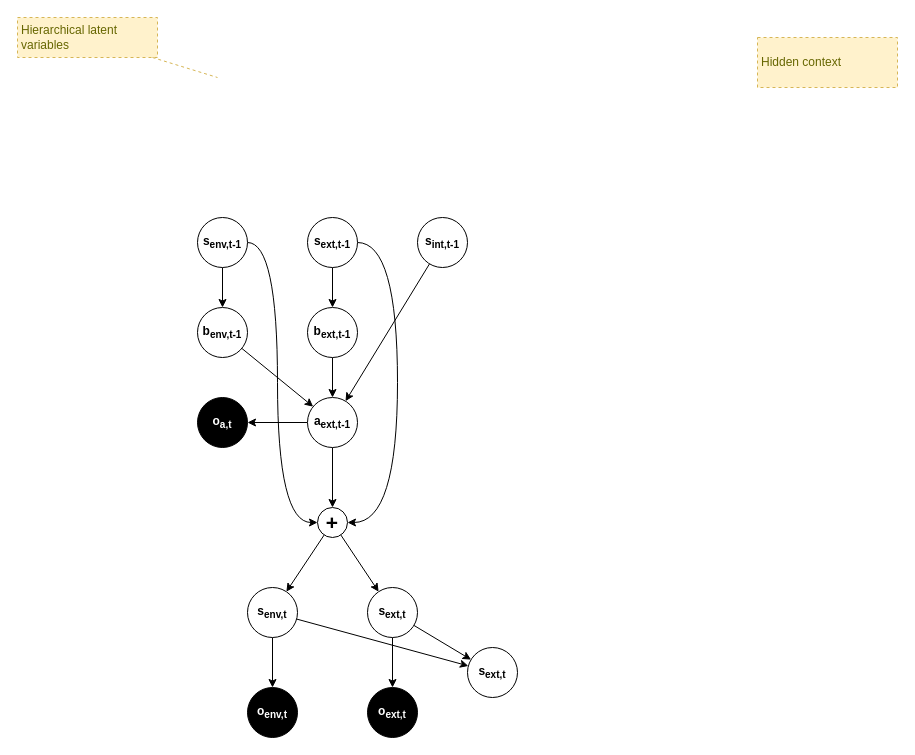
Above: page "target-behaviour-model" (1 of 2) of files/Autonomous-monitoring-and-control.drawio in malcolmlett/malcolmlett.github.io (draw.io), before the change. Source tidied: cells renumbered, new cells numbered last; positions are measured from the earlier drawing's top-left corner, leaving out a move shared by most shapes. Both pictures are drawn from the tidied source at 100%, with x=0, y=0 at pixel (17, 17).
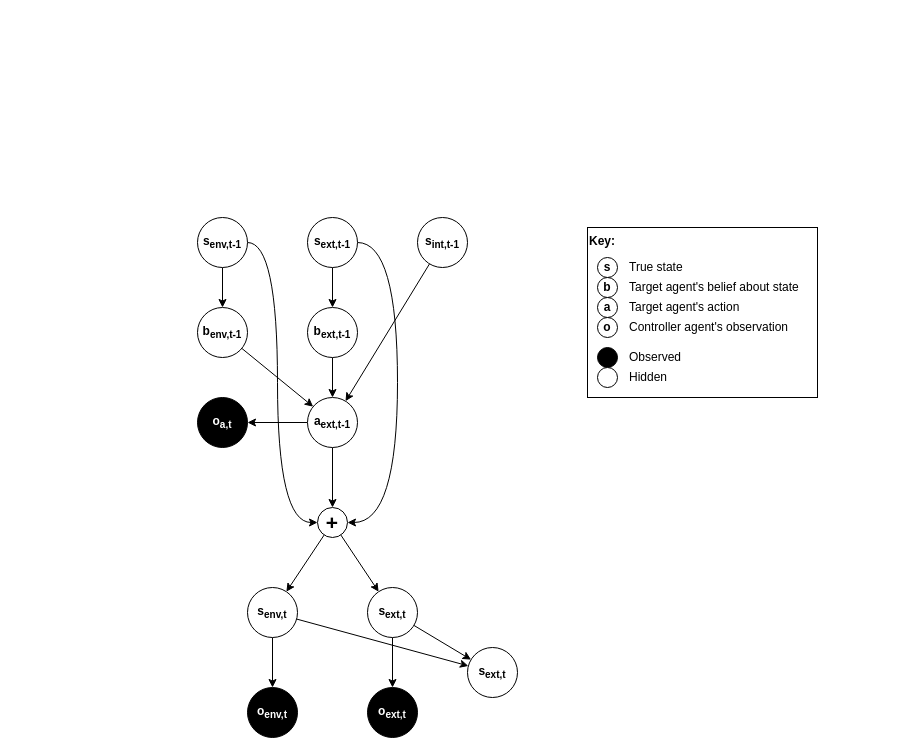
Above is the later version.

Commit message (it also covers changes not shown here):
Target behaviour model diagram

Diff of the diagram source:
```diff
@@
-    <mxCell id="6" value="Hidden context" style="rounded=0;whiteSpace=wrap;html=1;align=left;fillColor=#fff2cc;strokeColor=#d6b656;fontColor=#666600;dashed=1;spacingLeft=2;spacingRight=2;" parent="1" vertex="1">
-      <mxGeometry x="740" y="20" width="140" height="50" as="geometry" />
-    </mxCell>
-    <mxCell id="7" value="Hierarchical latent variables" style="rounded=0;whiteSpace=wrap;html=1;align=left;fillColor=#fff2cc;strokeColor=#d6b656;fontColor=#666600;dashed=1;spacingLeft=2;spacingRight=2;" parent="1" vertex="1">
-      <mxGeometry width="140" height="40" as="geometry" />
-    </mxCell>
-    <mxCell id="8" style="rounded=0;jumpStyle=none;jettySize=auto;html=1;strokeWidth=1;fontColor=#666600;dashed=1;strokeColor=#d6b656;fillColor=#fff2cc;endArrow=none;endFill=0;" parent="1" edge="1" source="7">
-      <mxGeometry relative="1" as="geometry">
-        <mxPoint x="200" y="60" as="targetPoint" />
-      </mxGeometry>
-    </mxCell>
@@
+    <mxCell id="33" value="Key:" style="rounded=0;whiteSpace=wrap;html=1;fontStyle=1;align=left;verticalAlign=top;" parent="1" vertex="1">
+      <mxGeometry x="570" y="210" width="230" height="170" as="geometry" />
+    </mxCell>
+    <mxCell id="34" value="s" style="ellipse;whiteSpace=wrap;html=1;fontStyle=1;fontSize=12;" parent="1" vertex="1">
+      <mxGeometry x="580" y="240" width="20" height="20" as="geometry" />
+    </mxCell>
+    <mxCell id="35" value="b" style="ellipse;whiteSpace=wrap;html=1;fontStyle=1;fontSize=12;" parent="1" vertex="1">
+      <mxGeometry x="580" y="260" width="20" height="20" as="geometry" />
+    </mxCell>
+    <mxCell id="36" value="a" style="ellipse;whiteSpace=wrap;html=1;fontStyle=1;fontSize=12;" parent="1" vertex="1">
+      <mxGeometry x="580" y="280" width="20" height="20" as="geometry" />
+    </mxCell>
+    <mxCell id="37" value="o" style="ellipse;whiteSpace=wrap;html=1;fontStyle=1;fontSize=12;" parent="1" vertex="1">
+      <mxGeometry x="580" y="300" width="20" height="20" as="geometry" />
+    </mxCell>
+    <mxCell id="38" value="True state" style="text;html=1;strokeColor=none;fillColor=none;align=left;verticalAlign=middle;whiteSpace=wrap;rounded=0;fontSize=12;" parent="1" vertex="1">
+      <mxGeometry x="610" y="240" width="110" height="20" as="geometry" />
+    </mxCell>
+    <mxCell id="39" value="Target agent's belief about state" style="text;html=1;strokeColor=none;fillColor=none;align=left;verticalAlign=middle;whiteSpace=wrap;rounded=0;fontSize=12;" parent="1" vertex="1">
+      <mxGeometry x="610" y="260" width="200" height="20" as="geometry" />
+    </mxCell>
+    <mxCell id="40" value="Target agent's action" style="text;html=1;strokeColor=none;fillColor=none;align=left;verticalAlign=middle;whiteSpace=wrap;rounded=0;fontSize=12;" parent="1" vertex="1">
+      <mxGeometry x="610" y="280" width="200" height="20" as="geometry" />
+    </mxCell>
+    <mxCell id="41" value="Controller agent's observation" style="text;html=1;strokeColor=none;fillColor=none;align=left;verticalAlign=middle;whiteSpace=wrap;rounded=0;fontSize=12;" parent="1" vertex="1">
+      <mxGeometry x="610" y="300" width="200" height="20" as="geometry" />
+    </mxCell>
+    <mxCell id="42" style="ellipse;whiteSpace=wrap;html=1;fontStyle=1;fontSize=12;fillColor=#000000;" parent="1" vertex="1">
+      <mxGeometry x="580" y="330" width="20" height="20" as="geometry" />
+    </mxCell>
+    <mxCell id="43" style="ellipse;whiteSpace=wrap;html=1;fontStyle=1;fontSize=12;" parent="1" vertex="1">
+      <mxGeometry x="580" y="350" width="20" height="20" as="geometry" />
+    </mxCell>
+    <mxCell id="44" value="Observed" style="text;html=1;strokeColor=none;fillColor=none;align=left;verticalAlign=middle;whiteSpace=wrap;rounded=0;fontSize=12;" parent="1" vertex="1">
+      <mxGeometry x="610" y="330" width="200" height="20" as="geometry" />
+    </mxCell>
+    <mxCell id="45" value="Hidden" style="text;html=1;strokeColor=none;fillColor=none;align=left;verticalAlign=middle;whiteSpace=wrap;rounded=0;fontSize=12;" parent="1" vertex="1">
+      <mxGeometry x="610" y="350" width="200" height="20" as="geometry" />
+    </mxCell>
```
